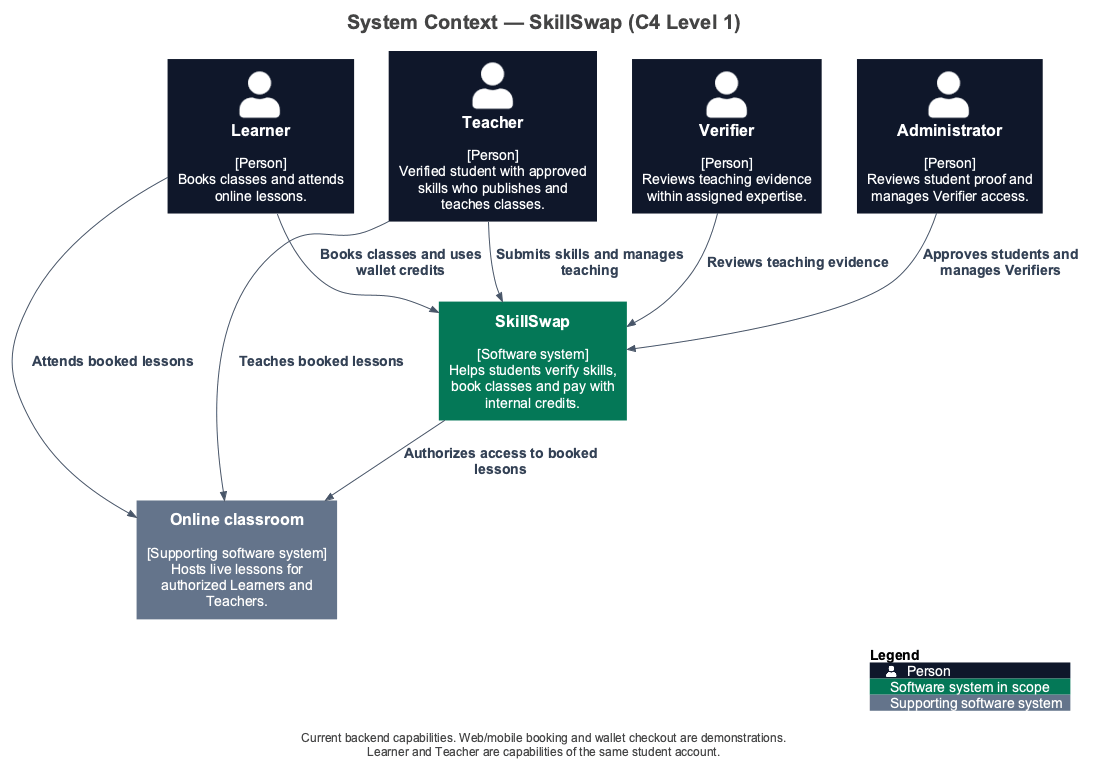
Above: docs/diagrams/c4/generated/structurizr-SystemContext.png in trankien022/SkillSwap (PlantUML), before the change.
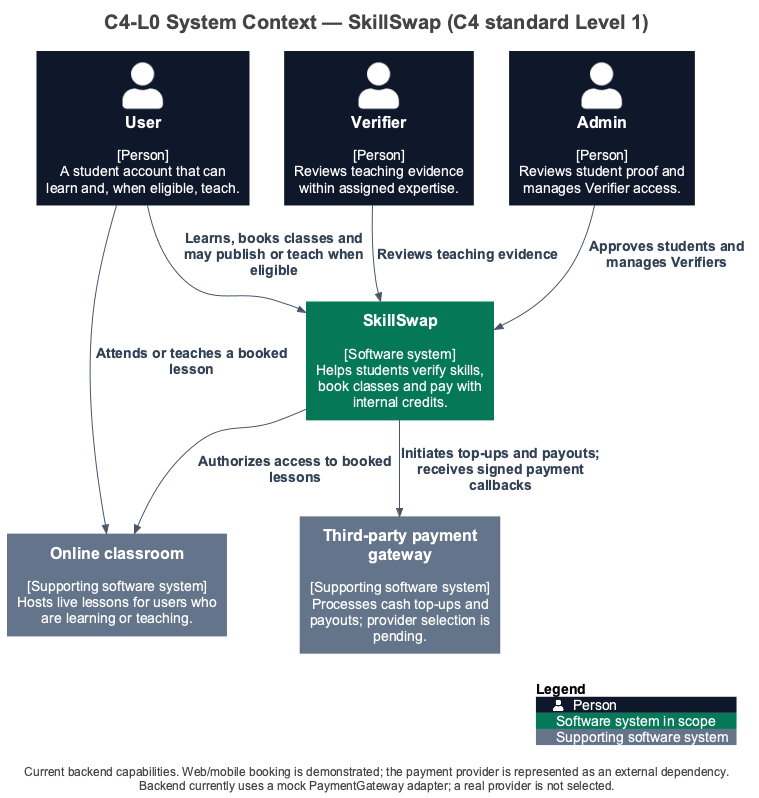
The same diagram one commit later.

What changed in the source:
```diff
@@ -1,5 +1,5 @@
 @startuml
-title System Context — SkillSwap (C4 Level 1)
+title C4-L0 System Context — SkillSwap (C4 standard Level 1)
 
 set separator none
 top to bottom direction
@@ -29,23 +29,22 @@
 AddElementTag("Demo", $bgColor="#F1F5F9", $fontColor="#0F172A", $borderColor="#64748B", $legendText="Demonstration client (local booking data)")
 
 together {
-  Person(Learner, "Learner", $descr="[Person]\nBooks classes and attends online lessons.", $tags="", $link="")
-  Person(Teacher, "Teacher", $descr="[Person]\nVerified student with approved skills who publishes and teaches classes.", $tags="", $link="")
+  Person(User, "User", $descr="[Person]\nA student account that can learn and, when eligible, teach.", $tags="", $link="")
   Person(Verifier, "Verifier", $descr="[Person]\nReviews teaching evidence within assigned expertise.", $tags="", $link="")
-  Person(Administrator, "Administrator", $descr="[Person]\nReviews student proof and manages Verifier access.", $tags="", $link="")
+  Person(Admin, "Admin", $descr="[Person]\nReviews student proof and manages Verifier access.", $tags="", $link="")
 }
 
-System_Ext(Onlineclassroom, "Online classroom", $descr="[Supporting software system]\nHosts live lessons for authorized Learners and Teachers.", $tags="", $link="")
+System_Ext(Onlineclassroom, "Online classroom", $descr="[Supporting software system]\nHosts live lessons for users who are learning or teaching.", $tags="", $link="")
+System_Ext(Paymentgateway, "Third-party payment gateway", $descr="[Supporting software system]\nProcesses cash top-ups and payouts; provider selection is pending.", $tags="", $link="")
 System(SkillSwap, "SkillSwap", $descr="[Software system]\nHelps students verify skills, book classes and pay with internal credits.", $tags="", $link="")
 
-Rel(Learner, SkillSwap, "Books classes and uses wallet credits")
-Rel(Teacher, SkillSwap, "Submits skills and manages teaching")
+Rel(User, SkillSwap, "Learns, books classes and may publish or teach when eligible")
 Rel(Verifier, SkillSwap, "Reviews teaching evidence")
-Rel(Administrator, SkillSwap, "Approves students and manages Verifiers")
+Rel(Admin, SkillSwap, "Approves students and manages Verifiers")
 Rel(SkillSwap, Onlineclassroom, "Authorizes access to booked lessons")
-Rel(Learner, Onlineclassroom, "Attends booked lessons")
-Rel(Teacher, Onlineclassroom, "Teaches booked lessons")
+Rel(User, Onlineclassroom, "Attends or teaches a booked lesson")
+Rel(SkillSwap, Paymentgateway, "Initiates top-ups and payouts; receives signed payment callbacks")
 
 SHOW_LEGEND()
-footer Current backend capabilities. Web/mobile booking and wallet checkout are demonstrations.\nLearner and Teacher are capabilities of the same student account.
+footer Current backend capabilities. Web/mobile booking is demonstrated; the payment provider is represented as an external dependency.\nBackend currently uses a mock PaymentGateway adapter; a real provider is not selected.
 @enduml
```
